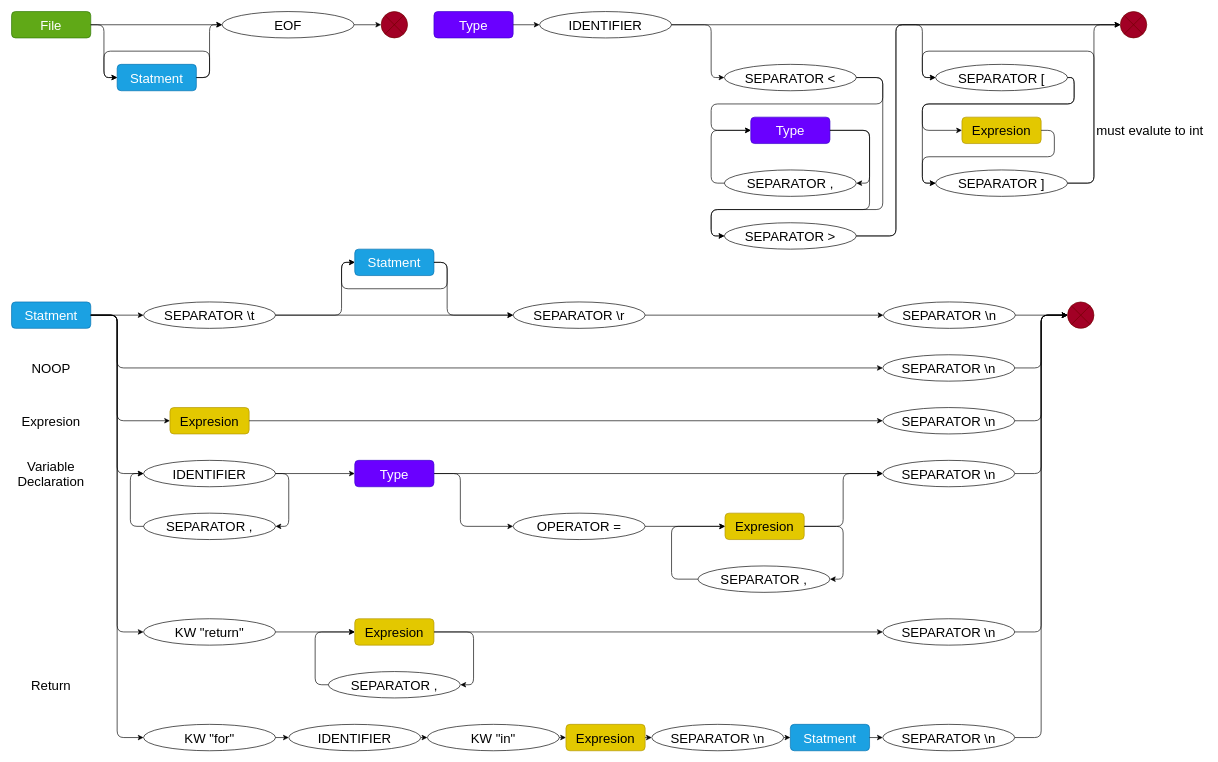
Earlier version of the draw.io diagram flowcharts/Untitled Diagram.drawio (rattle-devs/rattle-compiler). Source tidied: cells renumbered, new cells numbered last; positions are measured from the earlier drawing's top-left corner, leaving out a move shared by most shapes. Both pictures are drawn from the tidied source at 66%, with x=0, y=0 at pixel (11, 11).
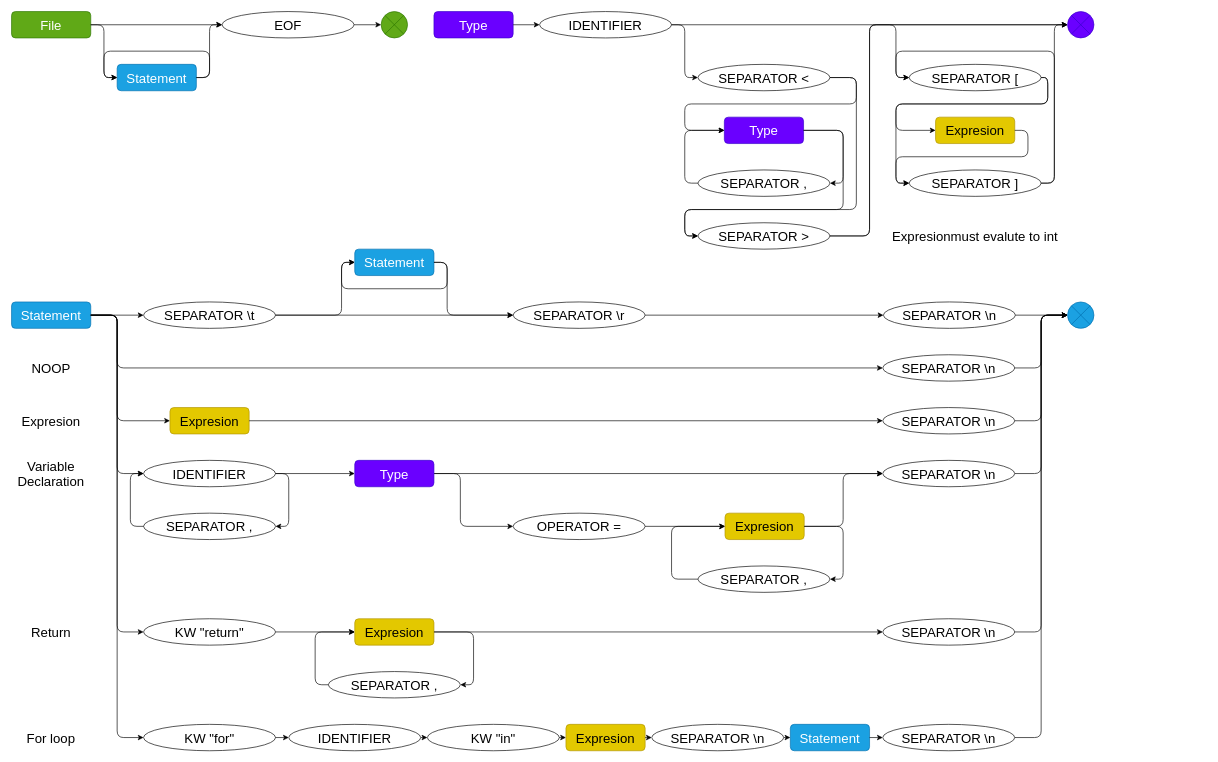
The same page after the edit.

Commit message:
feat(grammar): slow progress and pain

Unchanged cells that the change refers to:
```xml
<mxCell id="62" value="&lt;font style=&quot;font-size: 20px&quot;&gt;IDENTIFIER&lt;br&gt;&lt;/font&gt;" style="ellipse;whiteSpace=wrap;html=1;rounded=1;shadow=0;" parent="1" vertex="1">
  <mxGeometry x="800" width="200" height="40" as="geometry" />
</mxCell>
```

What changed in the source:
```diff
@@
-    <mxCell id="4" style="verticalLabelPosition=bottom;verticalAlign=top;html=1;shape=mxgraph.flowchart.or;rounded=1;shadow=0;fillColor=#a20025;strokeColor=#6F0000;fontColor=#ffffff;" parent="1" vertex="1">
+    <mxCell id="4" style="verticalLabelPosition=bottom;verticalAlign=top;html=1;shape=mxgraph.flowchart.or;rounded=1;shadow=0;fillColor=#60a917;strokeColor=#2D7600;fontColor=#ffffff;" parent="1" vertex="1">
       <mxGeometry x="560" width="40" height="40" as="geometry" />
     </mxCell>
@@
-    <mxCell id="6" value="Statment" style="rounded=1;whiteSpace=wrap;html=1;shadow=0;fontSize=20;fillColor=#1ba1e2;strokeColor=#006EAF;fontColor=#ffffff;" parent="1" vertex="1">
+    <mxCell id="6" value="Statement" style="rounded=1;whiteSpace=wrap;html=1;shadow=0;fontSize=20;fillColor=#1ba1e2;strokeColor=#006EAF;fontColor=#ffffff;" parent="1" vertex="1">
       <mxGeometry x="160" y="80" width="120" height="40" as="geometry" />
     </mxCell>
@@
-    <mxCell id="11" value="Statment" style="rounded=1;whiteSpace=wrap;html=1;shadow=0;fontSize=20;fillColor=#1ba1e2;strokeColor=#006EAF;fontColor=#ffffff;" parent="1" vertex="1">
+    <mxCell id="11" value="Statement" style="rounded=1;whiteSpace=wrap;html=1;shadow=0;fontSize=20;fillColor=#1ba1e2;strokeColor=#006EAF;fontColor=#ffffff;" parent="1" vertex="1">
       <mxGeometry y="440" width="120" height="40" as="geometry" />
     </mxCell>
@@
-    <mxCell id="14" style="verticalLabelPosition=bottom;verticalAlign=top;html=1;shape=mxgraph.flowchart.or;rounded=1;shadow=0;fillColor=#a20025;strokeColor=#6F0000;fontColor=#ffffff;" parent="1" vertex="1">
+    <mxCell id="14" style="verticalLabelPosition=bottom;verticalAlign=top;html=1;shape=mxgraph.flowchart.or;rounded=1;shadow=0;fillColor=#1ba1e2;strokeColor=#006EAF;fontColor=#ffffff;" parent="1" vertex="1">
       <mxGeometry x="1600" y="440" width="40" height="40" as="geometry" />
     </mxCell>
@@
     <mxCell id="51" value="&lt;font style=&quot;font-size: 20px&quot;&gt;Return&lt;br&gt;&lt;/font&gt;" style="text;html=1;strokeColor=none;fillColor=none;align=center;verticalAlign=middle;whiteSpace=wrap;rounded=0;" parent="1" vertex="1">
-      <mxGeometry y="1000" width="120" height="40" as="geometry" />
+      <mxGeometry y="920" width="120" height="40" as="geometry" />
     </mxCell>
@@
     <mxCell id="63" value="&lt;font style=&quot;font-size: 20px&quot;&gt;SEPARATOR &amp;lt;&lt;br&gt;&lt;/font&gt;" style="ellipse;whiteSpace=wrap;html=1;rounded=1;shadow=0;" parent="1" vertex="1">
-      <mxGeometry x="1080" y="80" width="200" height="40" as="geometry" />
+      <mxGeometry x="1040" y="80" width="200" height="40" as="geometry" />
     </mxCell>
     <mxCell id="64" value="&lt;font style=&quot;font-size: 20px&quot;&gt;SEPARATOR &amp;gt;&lt;br&gt;&lt;/font&gt;" style="ellipse;whiteSpace=wrap;html=1;rounded=1;shadow=0;" parent="1" vertex="1">
-      <mxGeometry x="1080" y="320" width="200" height="40" as="geometry" />
+      <mxGeometry x="1040" y="320" width="200" height="40" as="geometry" />
     </mxCell>
     <mxCell id="65" style="endArrow=classic;html=1;exitX=1;exitY=0.5;exitDx=0;exitDy=0;entryX=0;entryY=0.5;entryDx=0;entryDy=0;" parent="1" edge="1" source="62" target="63">
       <mxGeometry relative="1" as="geometry">
         <Array as="points">
-          <mxPoint x="1060" y="20" />
-          <mxPoint x="1060" y="100" />
+          <mxPoint x="1020" y="20" />
+          <mxPoint x="1020" y="100" />
         </Array>
       </mxGeometry>
     </mxCell>
@@
-    <mxCell id="68" value="Statment" style="rounded=1;whiteSpace=wrap;html=1;shadow=0;fontSize=20;fillColor=#1ba1e2;strokeColor=#006EAF;fontColor=#ffffff;" parent="1" vertex="1">
+    <mxCell id="68" value="Statement" style="rounded=1;whiteSpace=wrap;html=1;shadow=0;fontSize=20;fillColor=#1ba1e2;strokeColor=#006EAF;fontColor=#ffffff;" parent="1" vertex="1">
       <mxGeometry x="1180" y="1080" width="120" height="40" as="geometry" />
     </mxCell>
@@
-    <mxCell id="74" style="verticalLabelPosition=bottom;verticalAlign=top;html=1;shape=mxgraph.flowchart.or;rounded=1;shadow=0;fillColor=#a20025;strokeColor=#6F0000;fontColor=#ffffff;" parent="1" vertex="1">
-      <mxGeometry x="1680" width="40" height="40" as="geometry" />
+    <mxCell id="74" style="verticalLabelPosition=bottom;verticalAlign=top;html=1;shape=mxgraph.flowchart.or;rounded=1;shadow=0;fillColor=#6a00ff;strokeColor=#3700CC;fontColor=#ffffff;" parent="1" vertex="1">
+      <mxGeometry x="1600" width="40" height="40" as="geometry" />
     </mxCell>
@@
     <mxCell id="76" style="endArrow=classic;html=1;exitX=1;exitY=0.5;exitDx=0;exitDy=0;entryX=0;entryY=0.5;entryDx=0;entryDy=0;" parent="1" edge="1" source="63" target="91">
       <mxGeometry relative="1" as="geometry">
         <Array as="points">
-          <mxPoint x="1320" y="100" />
-          <mxPoint x="1320" y="140" />
-          <mxPoint x="1060" y="140" />
-          <mxPoint x="1060" y="180" />
+          <mxPoint x="1280" y="100" />
+          <mxPoint x="1280" y="140" />
+          <mxPoint x="1020" y="140" />
+          <mxPoint x="1020" y="180" />
         </Array>
       </mxGeometry>
     </mxCell>
     <mxCell id="77" style="endArrow=classic;html=1;exitX=1;exitY=0.5;exitDx=0;exitDy=0;" parent="1" edge="1" source="64">
       <mxGeometry relative="1" as="geometry">
-        <mxPoint x="1400" y="100" as="targetPoint" />
+        <mxPoint x="1360" y="100" as="targetPoint" />
         <Array as="points">
-          <mxPoint x="1340" y="340" />
+          <mxPoint x="1300" y="340" />
+          <mxPoint x="1300" y="20" />
           <mxPoint x="1340" y="20" />
-          <mxPoint x="1380" y="20" />
-          <mxPoint x="1380" y="100" />
+          <mxPoint x="1340" y="100" />
         </Array>
       </mxGeometry>
     </mxCell>
@@
-    <mxCell id="81" value="Statment" style="rounded=1;whiteSpace=wrap;html=1;shadow=0;fontSize=20;fillColor=#1ba1e2;strokeColor=#006EAF;fontColor=#ffffff;" parent="1" vertex="1">
+    <mxCell id="81" value="Statement" style="rounded=1;whiteSpace=wrap;html=1;shadow=0;fontSize=20;fillColor=#1ba1e2;strokeColor=#006EAF;fontColor=#ffffff;" parent="1" vertex="1">
       <mxGeometry x="520" y="360" width="120" height="40" as="geometry" />
     </mxCell>
@@
     <mxCell id="88" value="&lt;font style=&quot;font-size: 20px&quot;&gt;SEPARATOR [&lt;br&gt;&lt;/font&gt;" style="ellipse;whiteSpace=wrap;html=1;rounded=1;shadow=0;" parent="1" vertex="1">
-      <mxGeometry x="1400" y="80" width="200" height="40" as="geometry" />
+      <mxGeometry x="1360" y="80" width="200" height="40" as="geometry" />
     </mxCell>
     <mxCell id="89" value="&lt;font style=&quot;font-size: 20px&quot;&gt;SEPARATOR ]&lt;br&gt;&lt;/font&gt;" style="ellipse;whiteSpace=wrap;html=1;rounded=1;shadow=0;" parent="1" vertex="1">
-      <mxGeometry x="1400" y="240" width="200" height="40" as="geometry" />
+      <mxGeometry x="1360" y="240" width="200" height="40" as="geometry" />
     </mxCell>
     <mxCell id="90" value="Expresion" style="rounded=1;whiteSpace=wrap;html=1;shadow=0;fontSize=20;fillColor=#e3c800;strokeColor=#B09500;fontColor=#000000;" parent="1" vertex="1">
-      <mxGeometry x="1440" y="160" width="120" height="40" as="geometry" />
+      <mxGeometry x="1400" y="160" width="120" height="40" as="geometry" />
     </mxCell>
     <mxCell id="91" value="Type" style="rounded=1;whiteSpace=wrap;html=1;shadow=0;fontSize=20;fillColor=#6a00ff;strokeColor=#3700CC;fontColor=#ffffff;" parent="1" vertex="1">
-      <mxGeometry x="1120" y="160" width="120" height="40" as="geometry" />
+      <mxGeometry x="1080" y="160" width="120" height="40" as="geometry" />
     </mxCell>
     <mxCell id="92" style="endArrow=classic;html=1;exitX=1;exitY=0.5;exitDx=0;exitDy=0;entryX=0;entryY=0.5;entryDx=0;entryDy=0;" parent="1" edge="1" source="90" target="89">
       <mxGeometry relative="1" as="geometry">
         <Array as="points">
-          <mxPoint x="1580" y="180" />
-          <mxPoint x="1580" y="220" />
-          <mxPoint x="1380" y="220" />
-          <mxPoint x="1380" y="260" />
+          <mxPoint x="1540" y="180" />
+          <mxPoint x="1540" y="220" />
+          <mxPoint x="1340" y="220" />
+          <mxPoint x="1340" y="260" />
         </Array>
       </mxGeometry>
     </mxCell>
     <mxCell id="93" style="endArrow=classic;html=1;exitX=1;exitY=0.5;exitDx=0;exitDy=0;entryX=0;entryY=0.5;entryDx=0;entryDy=0;" parent="1" edge="1" source="88" target="89">
       <mxGeometry relative="1" as="geometry">
         <Array as="points">
-          <mxPoint x="1610" y="100" />
-          <mxPoint x="1610" y="140" />
-          <mxPoint x="1380" y="140" />
-          <mxPoint x="1380" y="260" />
+          <mxPoint x="1570" y="100" />
+          <mxPoint x="1570" y="140" />
+          <mxPoint x="1340" y="140" />
+          <mxPoint x="1340" y="260" />
         </Array>
       </mxGeometry>
     </mxCell>
     <mxCell id="94" style="endArrow=classic;html=1;exitX=1;exitY=0.5;exitDx=0;exitDy=0;entryX=0;entryY=0.5;entryDx=0;entryDy=0;" parent="1" edge="1" source="88" target="90">
       <mxGeometry relative="1" as="geometry">
         <Array as="points">
-          <mxPoint x="1610" y="100" />
-          <mxPoint x="1610" y="140" />
-          <mxPoint x="1380" y="140" />
-          <mxPoint x="1380" y="180" />
+          <mxPoint x="1570" y="100" />
+          <mxPoint x="1570" y="140" />
+          <mxPoint x="1340" y="140" />
+          <mxPoint x="1340" y="180" />
         </Array>
       </mxGeometry>
     </mxCell>
     <mxCell id="95" style="endArrow=classic;html=1;exitX=1;exitY=0.5;exitDx=0;exitDy=0;entryX=0;entryY=0.5;entryDx=0;entryDy=0;" parent="1" edge="1" source="89" target="88">
       <mxGeometry relative="1" as="geometry">
         <Array as="points">
-          <mxPoint x="1640" y="260" />
-          <mxPoint x="1640" y="60" />
-          <mxPoint x="1380" y="60" />
-          <mxPoint x="1380" y="100" />
+          <mxPoint x="1580" y="260" />
+          <mxPoint x="1580" y="60" />
+          <mxPoint x="1340" y="60" />
+          <mxPoint x="1340" y="100" />
         </Array>
       </mxGeometry>
     </mxCell>
     <mxCell id="96" style="endArrow=classic;html=1;exitX=1;exitY=0.5;exitDx=0;exitDy=0;entryX=0;entryY=0.5;entryDx=0;entryDy=0;entryPerimeter=0;" parent="1" edge="1" source="89" target="74">
       <mxGeometry relative="1" as="geometry">
         <Array as="points">
-          <mxPoint x="1640" y="260" />
-          <mxPoint x="1640" y="20" />
+          <mxPoint x="1580" y="260" />
+          <mxPoint x="1580" y="20" />
+          <mxPoint x="1600" y="20" />
         </Array>
       </mxGeometry>
     </mxCell>
-    <mxCell id="97" value="&lt;font style=&quot;font-size: 20px&quot;&gt;must evalute to int&lt;/font&gt;" style="text;html=1;strokeColor=none;fillColor=none;align=center;verticalAlign=middle;whiteSpace=wrap;rounded=0;" parent="1" vertex="1">
-      <mxGeometry x="1640" y="160" width="170" height="40" as="geometry" />
+    <mxCell id="97" value="&lt;font style=&quot;font-size: 20px&quot;&gt;Expresionmust evalute to int&lt;/font&gt;" style="text;html=1;strokeColor=none;fillColor=none;align=center;verticalAlign=middle;whiteSpace=wrap;rounded=0;" parent="1" vertex="1">
+      <mxGeometry x="1320" y="320" width="280" height="40" as="geometry" />
     </mxCell>
     <mxCell id="98" value="&lt;font style=&quot;font-size: 20px&quot;&gt;SEPARATOR ,&lt;br&gt;&lt;/font&gt;" style="ellipse;whiteSpace=wrap;html=1;rounded=1;shadow=0;" parent="1" vertex="1">
-      <mxGeometry x="1080" y="240" width="200" height="40" as="geometry" />
+      <mxGeometry x="1040" y="240" width="200" height="40" as="geometry" />
     </mxCell>
     <mxCell id="99" style="endArrow=classic;html=1;entryX=0;entryY=0.5;entryDx=0;entryDy=0;exitX=0;exitY=0.5;exitDx=0;exitDy=0;" parent="1" edge="1" source="98" target="91">
       <mxGeometry relative="1" as="geometry">
         <Array as="points">
-          <mxPoint x="1060" y="260" />
-          <mxPoint x="1060" y="180" />
+          <mxPoint x="1020" y="260" />
+          <mxPoint x="1020" y="180" />
         </Array>
       </mxGeometry>
     </mxCell>
     <mxCell id="100" style="endArrow=classic;html=1;entryX=1;entryY=0.5;entryDx=0;entryDy=0;exitX=1;exitY=0.5;exitDx=0;exitDy=0;" parent="1" edge="1" source="91" target="98">
       <mxGeometry relative="1" as="geometry">
         <Array as="points">
-          <mxPoint x="1300" y="180" />
-          <mxPoint x="1300" y="260" />
+          <mxPoint x="1260" y="180" />
+          <mxPoint x="1260" y="260" />
         </Array>
       </mxGeometry>
     </mxCell>
@@
     <mxCell id="102" style="endArrow=classic;html=1;exitX=1;exitY=0.5;exitDx=0;exitDy=0;entryX=0;entryY=0.5;entryDx=0;entryDy=0;" parent="1" edge="1" source="63" target="64">
       <mxGeometry relative="1" as="geometry">
         <Array as="points">
-          <mxPoint x="1320" y="100" />
-          <mxPoint x="1320" y="300" />
-          <mxPoint x="1060" y="300" />
-          <mxPoint x="1060" y="340" />
+          <mxPoint x="1280" y="100" />
+          <mxPoint x="1280" y="300" />
+          <mxPoint x="1020" y="300" />
+          <mxPoint x="1020" y="340" />
         </Array>
       </mxGeometry>
     </mxCell>
     <mxCell id="103" style="endArrow=classic;html=1;exitX=1;exitY=0.5;exitDx=0;exitDy=0;" parent="1" edge="1" source="91">
       <mxGeometry relative="1" as="geometry">
-        <mxPoint x="1080" y="340" as="targetPoint" />
+        <mxPoint x="1040" y="340" as="targetPoint" />
         <Array as="points">
-          <mxPoint x="1300" y="180" />
-          <mxPoint x="1300" y="300" />
-          <mxPoint x="1060" y="300" />
-          <mxPoint x="1060" y="340" />
+          <mxPoint x="1260" y="180" />
+          <mxPoint x="1260" y="300" />
+          <mxPoint x="1020" y="300" />
+          <mxPoint x="1020" y="340" />
         </Array>
       </mxGeometry>
     </mxCell>
     <mxCell id="104" style="endArrow=classic;html=1;exitX=1;exitY=0.5;exitDx=0;exitDy=0;entryX=0;entryY=0.5;entryDx=0;entryDy=0;entryPerimeter=0;" parent="1" edge="1" source="64" target="74">
       <mxGeometry relative="1" as="geometry">
         <Array as="points">
-          <mxPoint x="1340" y="340" />
-          <mxPoint x="1340" y="20" />
+          <mxPoint x="1300" y="340" />
+          <mxPoint x="1300" y="20" />
         </Array>
       </mxGeometry>
     </mxCell>
+    <mxCell id="105" value="&lt;font style=&quot;font-size: 20px&quot;&gt;For loop&lt;br&gt;&lt;/font&gt;" style="text;html=1;strokeColor=none;fillColor=none;align=center;verticalAlign=middle;whiteSpace=wrap;rounded=0;" parent="1" vertex="1">
+      <mxGeometry y="1080" width="120" height="40" as="geometry" />
+    </mxCell>
```
